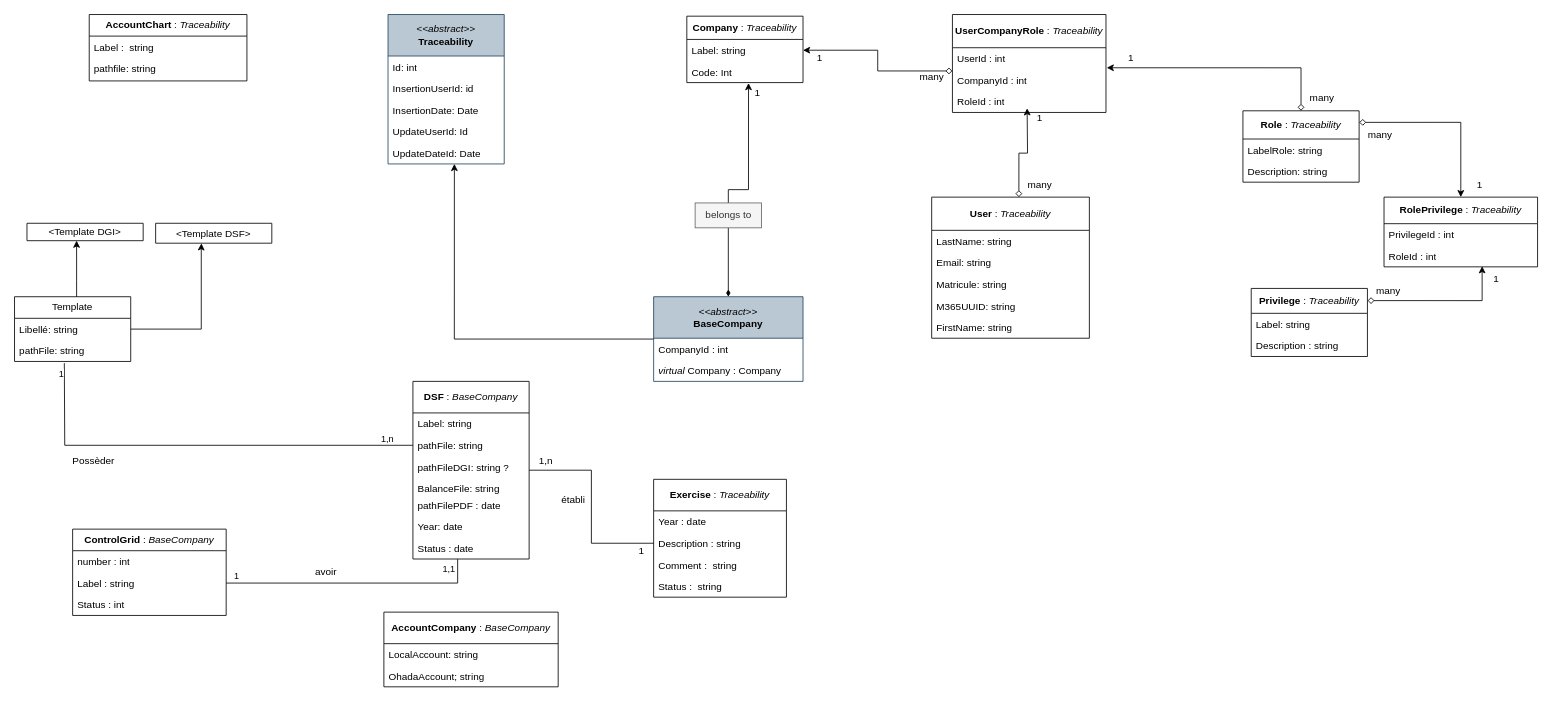
Before: page "Diagramme_classe" (1 of 5) of Conception_DSF.drawio in Michelle-Ngami/Conception_DSF, a draw.io diagram. Source tidied: cells renumbered, new cells numbered last; positions are measured from the earlier drawing's top-left corner, leaving out a move shared by most shapes. Both pictures are drawn from the tidied source at 83%, with x=0, y=0 at pixel (14, 14).
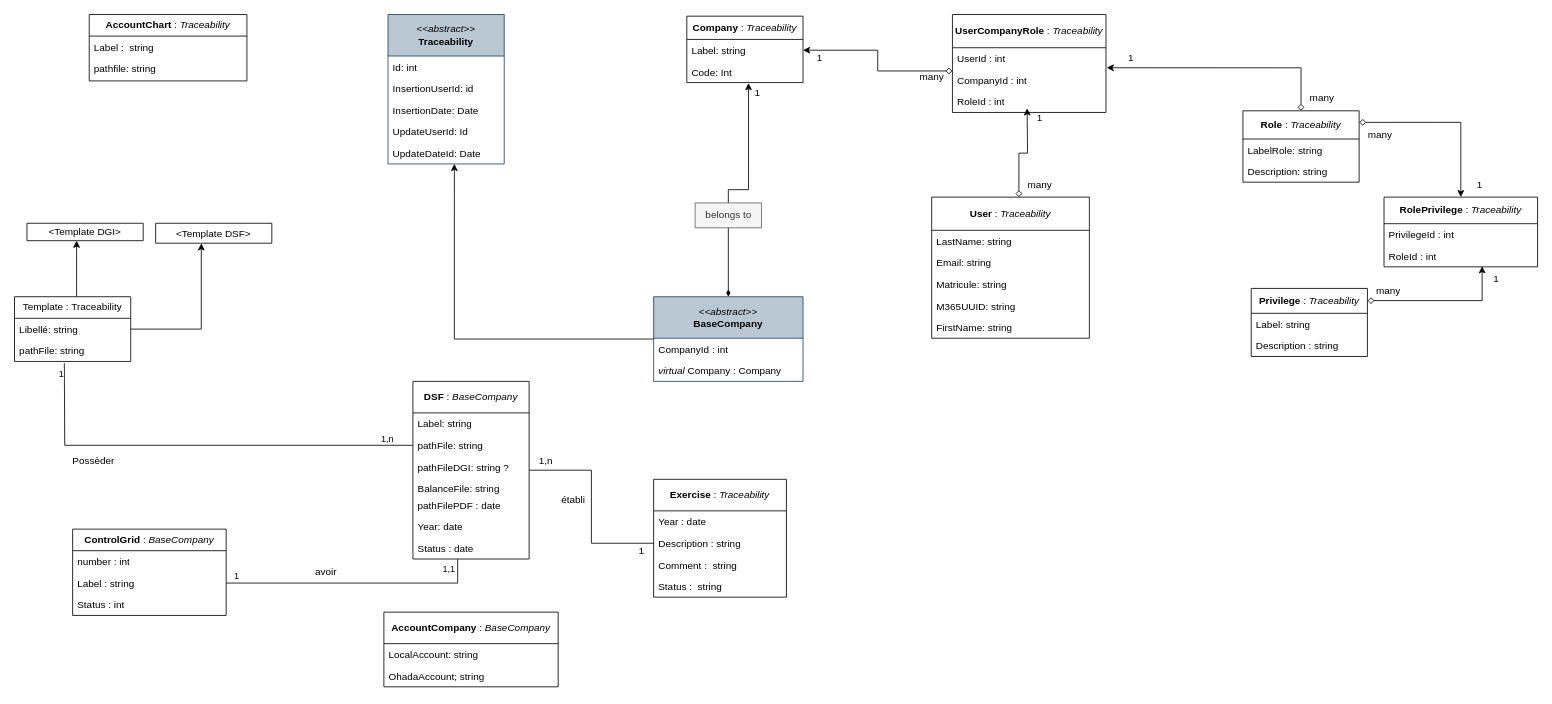
Above is the later version.

The edit, as a diff of the source:
```diff
@@
-    <mxCell id="34" value="Template" style="swimlane;fontStyle=0;horizontal=1;startSize=26;fillColor=none;whiteSpace=wrap;html=1;" parent="1" vertex="1">
+    <mxCell id="34" value="Template : Traceability" style="swimlane;fontStyle=0;horizontal=1;startSize=26;fillColor=none;whiteSpace=wrap;html=1;" parent="1" vertex="1">
       <mxGeometry y="340" width="140" height="78" as="geometry" />
     </mxCell>
```
